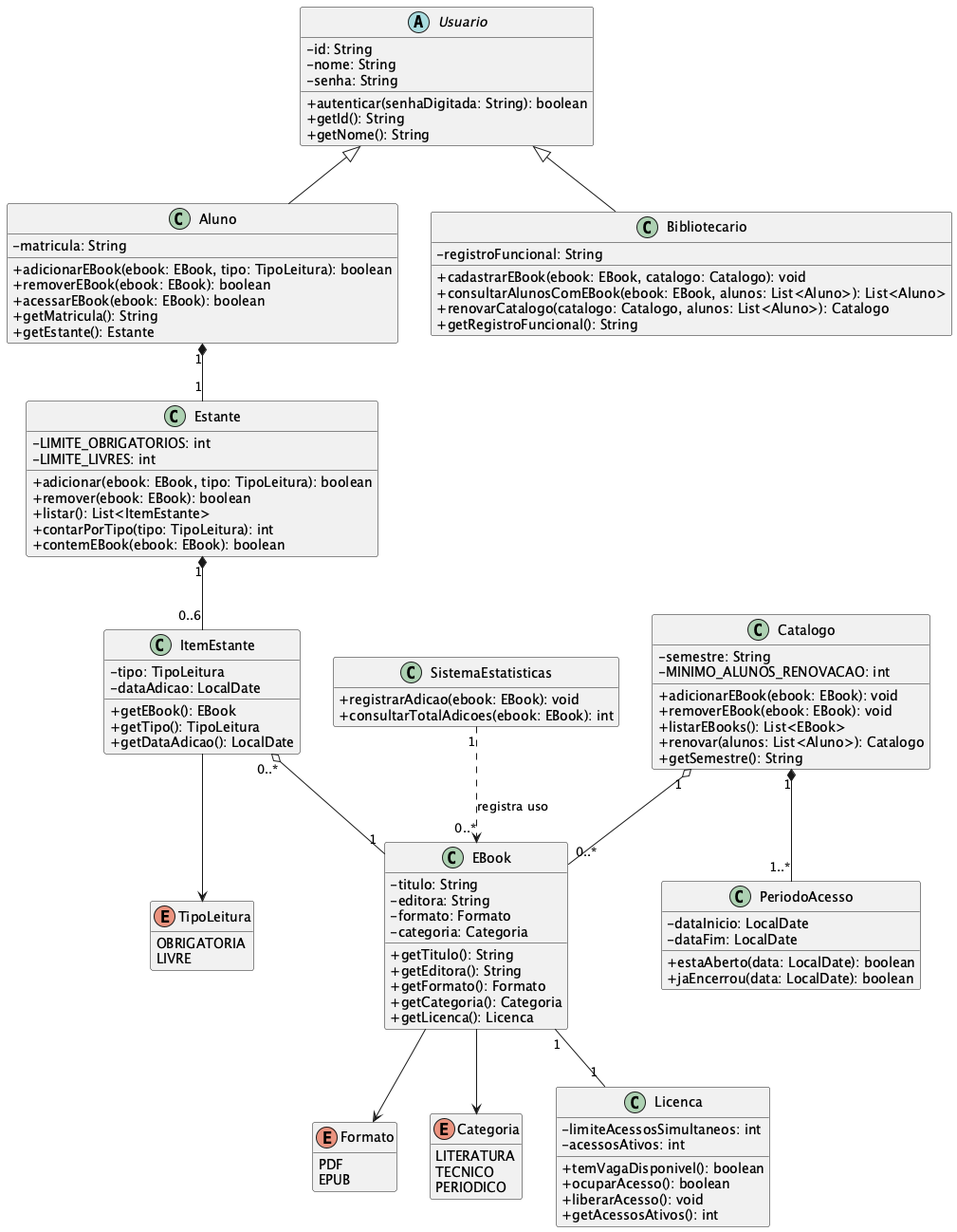
Earlier version of the PlantUML export docs/diagramas/DiagramaClassesPuml.png (fillmello/lab01-ebooks-biblioteca).
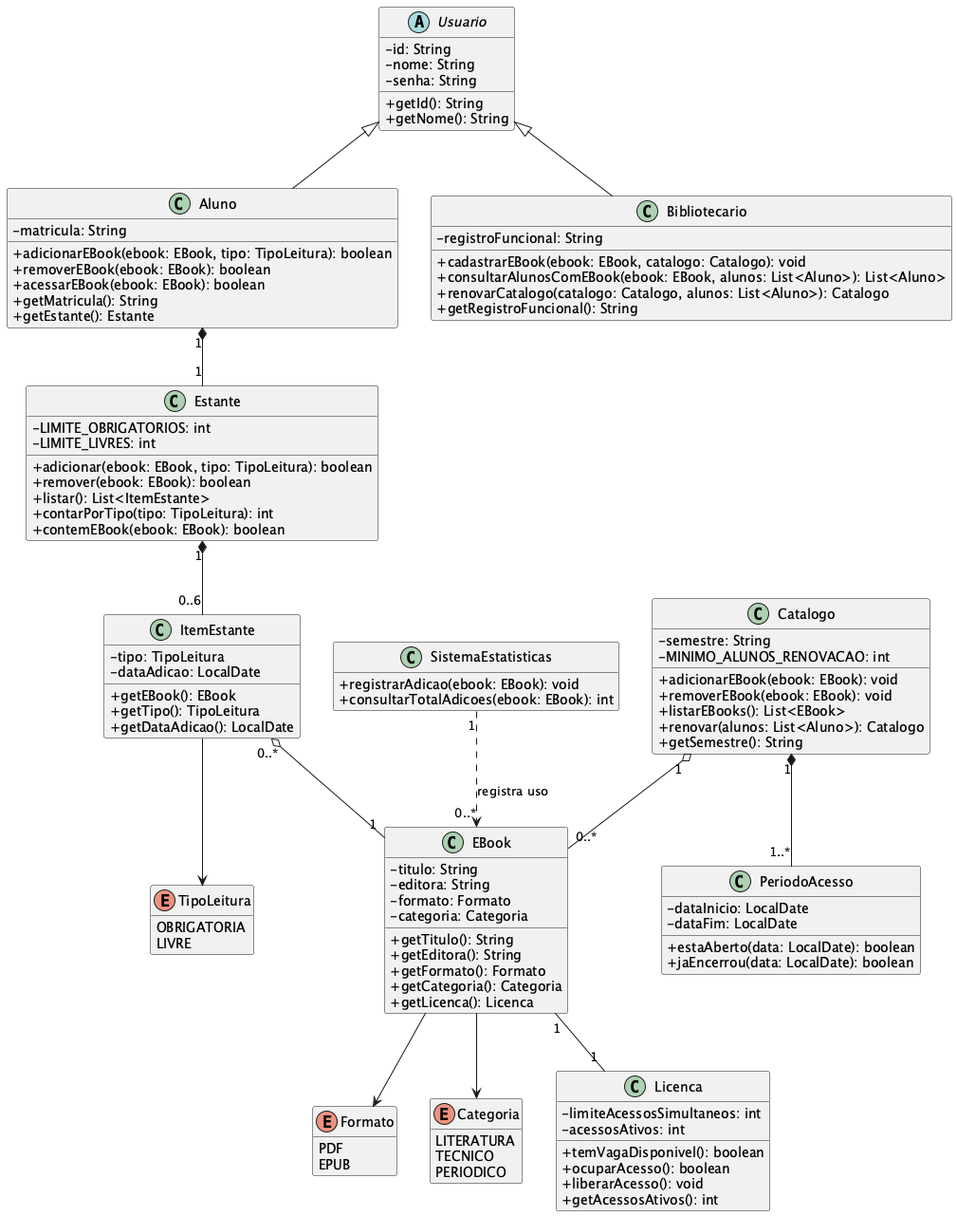
After the change.

Commit message:
docs: remove metodo autenticar do diagrama de classes e do Usuario

Diff of the diagram source:
```diff
@@ -6,7 +6,6 @@
   -id: String
   -nome: String
   -senha: String
-  +autenticar(senhaDigitada: String): boolean
   +getId(): String
   +getNome(): String
 }
```
